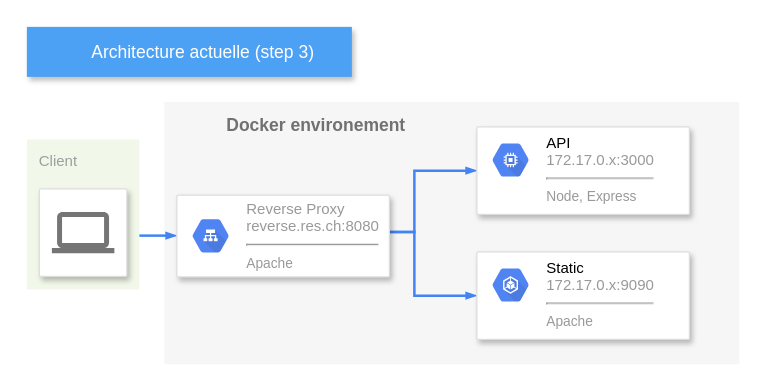
The draw.io diagram figures/step3.drawio in NicolasCrausaz-HEIG-VD/RES-2021-HTTP-Infrastructure, before the edit. Source tidied: cells renumbered, new cells numbered last; positions are measured from the earlier drawing's top-left corner, leaving out a move shared by most shapes. Both pictures are drawn from the tidied source at 125%, with x=0, y=0 at pixel (26, 26).
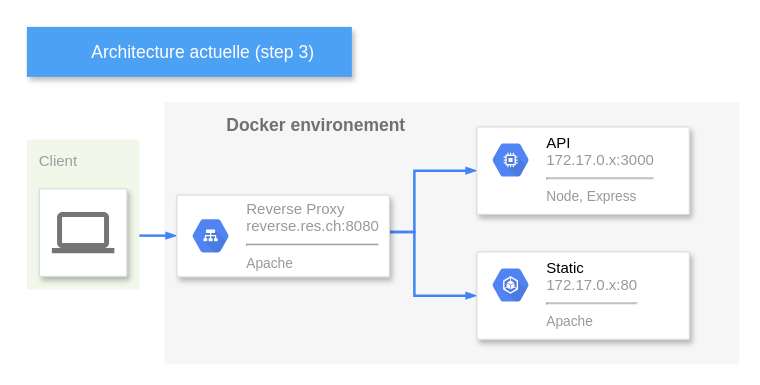
After the change.

The change refers to these unchanged cells:
```xml
<mxCell id="14" style="strokeColor=#dddddd;fillColor=#ffffff;shadow=1;strokeWidth=1;rounded=1;absoluteArcSize=1;arcSize=2;fontSize=11;fontColor=#9E9E9E;align=center;html=1;" parent="1" vertex="1">
  <mxGeometry x="360" y="180" width="170" height="70" as="geometry" />
</mxCell>
```

Diff of the diagram source:
```diff
@@
-    <mxCell id="15" value="&lt;font color=&quot;#000000&quot;&gt;Static&lt;/font&gt;&lt;br&gt;172.17.0.x:9090&lt;hr&gt;&lt;span style=&quot;font-size: 11px&quot;&gt;Apache&lt;/span&gt;" style="dashed=0;html=1;fillColor=#5184F3;strokeColor=none;shape=mxgraph.gcp2.hexIcon;prIcon=container_engine;labelPosition=right;verticalLabelPosition=middle;align=left;verticalAlign=top;spacingLeft=5;fontColor=#999999;fontSize=12;spacingTop=-8;" parent="14" vertex="1">
+    <mxCell id="15" value="&lt;font color=&quot;#000000&quot;&gt;Static&lt;/font&gt;&lt;br&gt;172.17.0.x:80&lt;hr&gt;&lt;span style=&quot;font-size: 11px&quot;&gt;Apache&lt;/span&gt;" style="dashed=0;html=1;fillColor=#5184F3;strokeColor=none;shape=mxgraph.gcp2.hexIcon;prIcon=container_engine;labelPosition=right;verticalLabelPosition=middle;align=left;verticalAlign=top;spacingLeft=5;fontColor=#999999;fontSize=12;spacingTop=-8;" parent="14" vertex="1">
       <mxGeometry width="44" height="39" relative="1" as="geometry">
         <mxPoint x="5" y="7" as="offset" />
       </mxGeometry>
     </mxCell>
```
